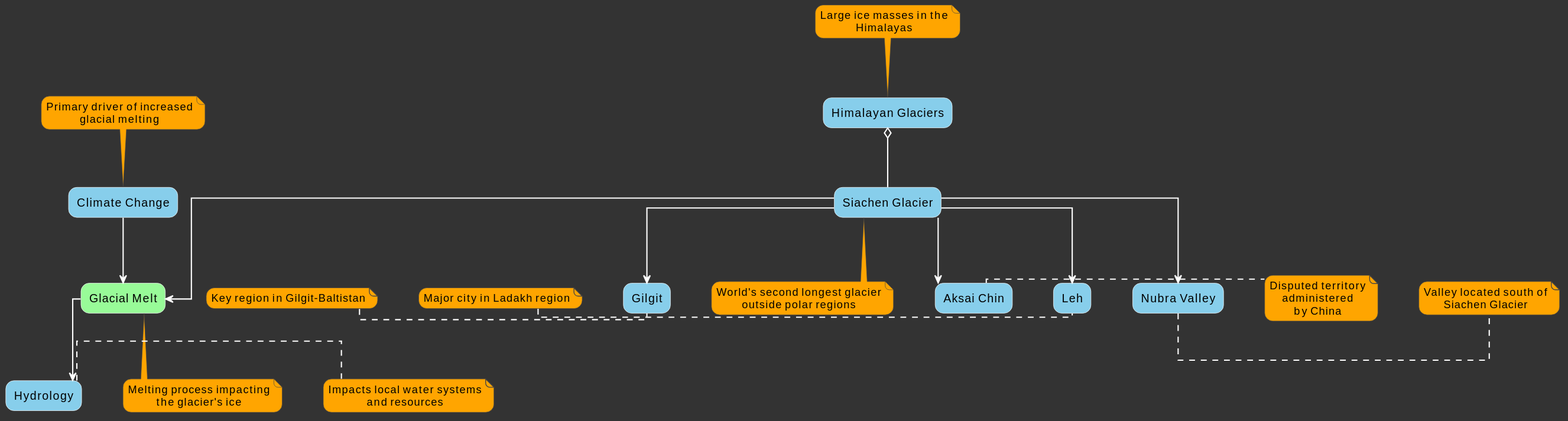
Above: tele_1.svg in bolibazaar/upsc_sol_assets (PlantUML), before the change.
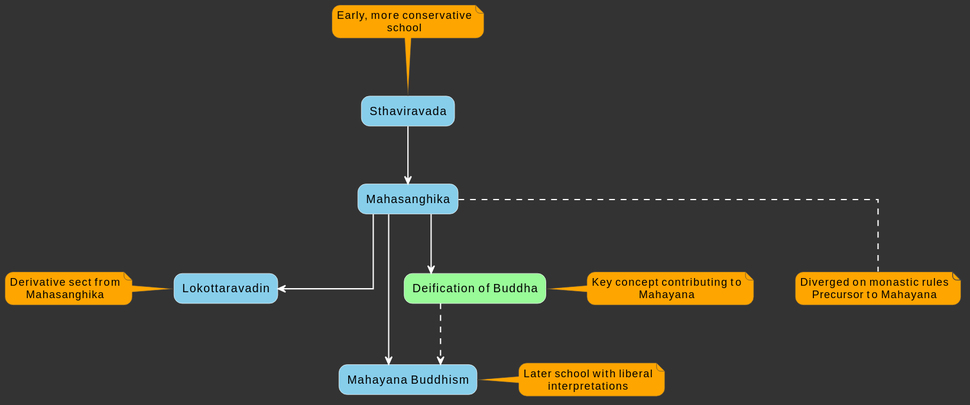
Above is the later version.

The edit, as a diff of the source:
```diff
@@ -20,65 +20,36 @@
 skinparam rectangleFontColor black
 skinparam rectangleBorderColor white
 
-rectangle "Himalayan Glaciers" #87CEEB
-rectangle "Siachen Glacier" #87CEEB
-rectangle "Aksai Chin" #87CEEB
-rectangle "Leh" #87CEEB
-rectangle "Gilgit" #87CEEB
-rectangle "Nubra Valley" #87CEEB
-rectangle "Climate Change" #87CEEB
-rectangle "Hydrology" #87CEEB
+rectangle "Sthaviravada" #87CEEB
+rectangle "Mahasanghika" #87CEEB
+rectangle "Mahayana Buddhism" #87CEEB
+rectangle "Lokottaravadin" #87CEEB
+rectangle "Deification of Buddha" #98FB98
 
-rectangle "Glacial Melt" #98FB98
+"Sthaviravada" --> "Mahasanghika"
+"Mahasanghika" --> "Mahayana Buddhism"
+"Mahasanghika" --> "Lokottaravadin"
+"Mahasanghika" --> "Deification of Buddha"
+"Deification of Buddha" ..> "Mahayana Buddhism"
 
-"Himalayan Glaciers" o-- "Siachen Glacier"
-"Siachen Glacier" --> "Aksai Chin"
-"Siachen Glacier" --> "Leh"
-"Siachen Glacier" --> "Gilgit"
-"Siachen Glacier" --> "Nubra Valley"
-"Siachen Glacier" --> "Glacial Melt"
-"Climate Change" --> "Glacial Melt"
-"Glacial Melt" ==> "Hydrology"
-
-note top of "Himalayan Glaciers"
-  Large ice masses in the Himalayas
+note top of "Sthaviravada"
+  Early, more conservative school
 end note
 
-note bottom of "Siachen Glacier"
-  World's second longest glacier
-  outside polar regions
+note bottom of "Mahasanghika"
+  Diverged on monastic rules
+  Precursor to Mahayana
 end note
 
-note right of "Aksai Chin"
-  Disputed territory administered
-  by China
+note right of "Mahayana Buddhism"
+  Later school with liberal interpretations
 end note
 
-note left of "Leh"
-  Major city in Ladakh region
+note left of "Lokottaravadin"
+  Derivative sect from Mahasanghika
 end note
 
-note left of "Gilgit"
-  Key region in Gilgit-Baltistan
-end note
-
-note right of "Nubra Valley"
-  Valley located south of
-  Siachen Glacier
-end note
-
-note top of "Climate Change"
-  Primary driver of increased
-  glacial melting
-end note
-
-note bottom of "Glacial Melt"
-  Melting process impacting
-  the glacier's ice
-end note
-
-note right of "Hydrology"
-  Impacts local water systems
-  and resources
+note right of "Deification of Buddha"
+  Key concept contributing to Mahayana
 end note
 @enduml
```
